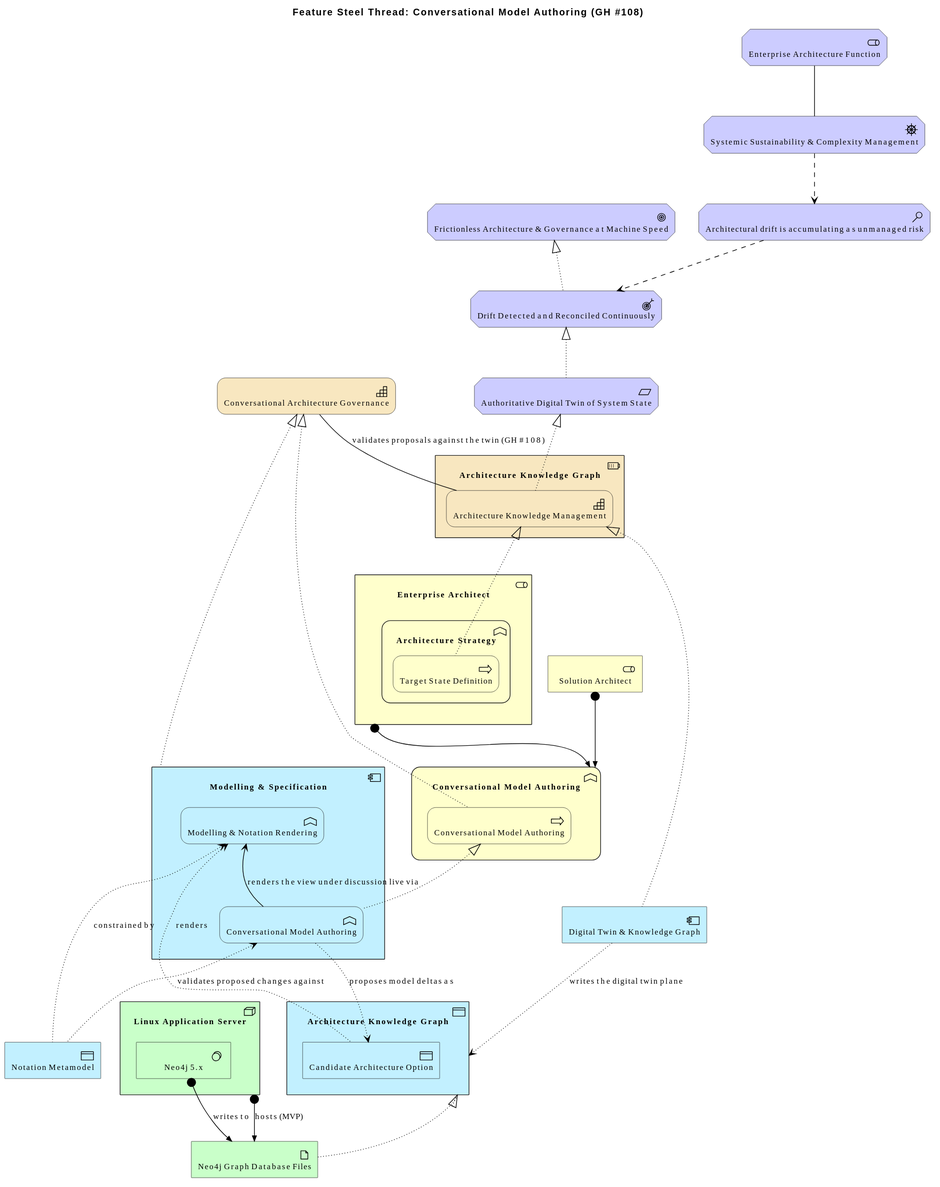
wolffy-au/frictionless-architect keeps this PlantUML diagram as architecture/model/diagrams/layered/fn-conversational-authoring.svg. Above is the earlier version.
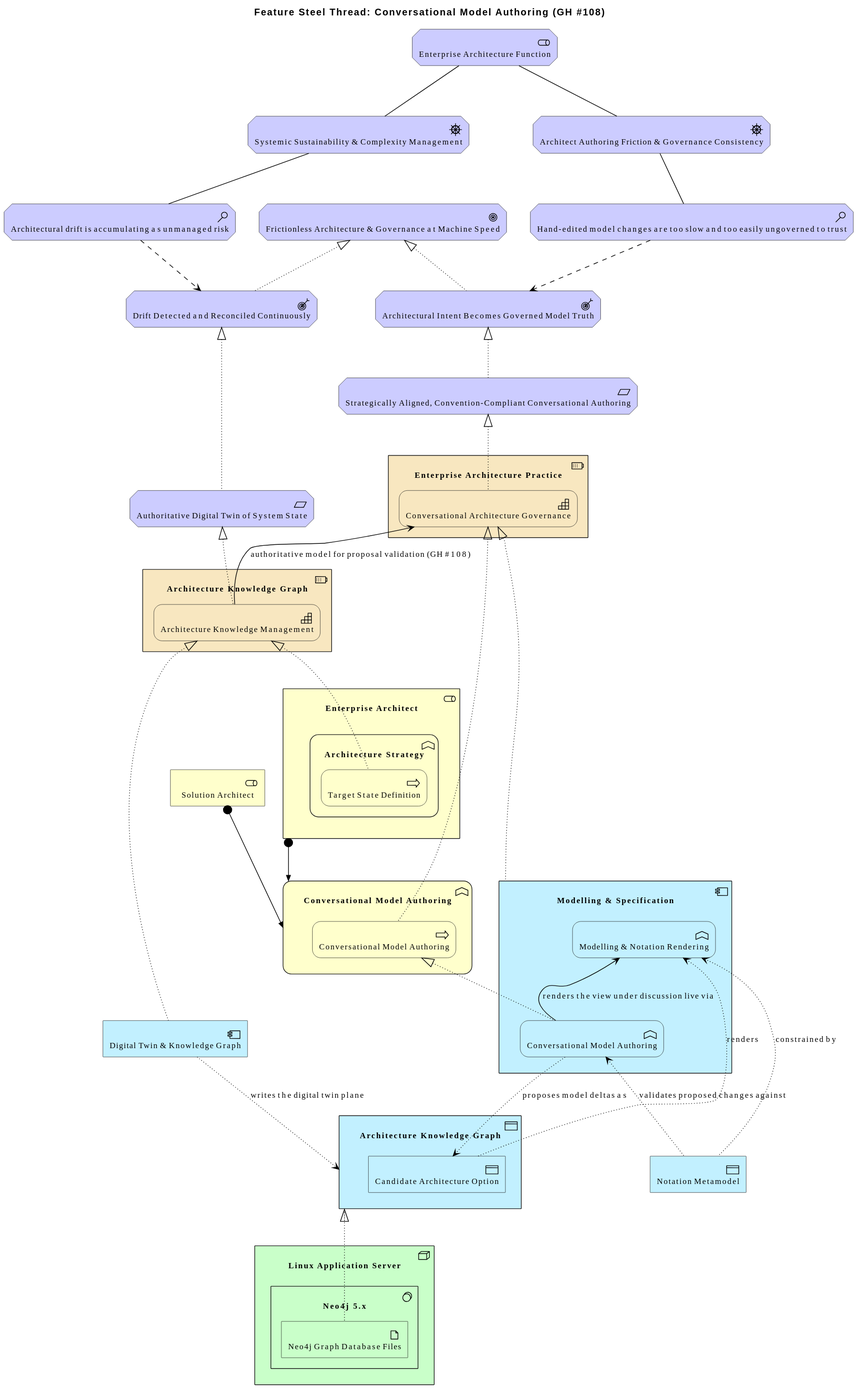
Later version of the same file.

The edit, as a diff of the source:
```diff
@@ -4,14 +4,20 @@
 title Feature Steel Thread: Conversational Model Authoring (GH #108)
 
 Motivation_Driver(e_idb3458ded88aa5a, "Systemic Sustainability & Complexity Management")
+Motivation_Driver(e_idf653e0ef73fe55, "Architect Authoring Friction & Governance Consistency")
 Motivation_Stakeholder(e_id3bf463ccf22a53, "Enterprise Architecture Function")
 Motivation_Assessment(e_id62397473120e57, "Architectural drift is accumulating as unmanaged risk")
+Motivation_Assessment(e_idf7ed73f063ed53, "Hand-edited model changes are too slow and too easily ungoverned to trust")
 Motivation_Goal(e_id76f6d8b4d70151, "Frictionless Architecture & Governance at Machine Speed")
 Motivation_Outcome(e_id79b6a1e545325d, "Drift Detected and Reconciled Continuously")
+Motivation_Outcome(e_id6b1d572f6ec253, "Architectural Intent Becomes Governed Model Truth")
 Motivation_Requirement(e_id945f98ac87fe5d, "Authoritative Digital Twin of System State")
-Strategy_Capability(e_id6c60f4feb89058, "Conversational Architecture Governance")
+Motivation_Requirement(e_id71c4f5aeb1bc5b, "Strategically Aligned, Convention-Compliant Conversational Authoring")
 Strategy_Resource(e_id079f659ad9ac5c, "Architecture Knowledge Graph") {
   Strategy_Capability(e_id18ec07397a9d5f, "Architecture Knowledge Management")
+}
+Strategy_Resource(e_id55d6b63f66465b, "Enterprise Architecture Practice") {
+  Strategy_Capability(e_id6c60f4feb89058, "Conversational Architecture Governance")
 }
 Business_Function(e_idd35dc0fbf5a554, "Conversational Model Authoring") {
   Business_Process(e_id5959dd7c3bbe59, "Conversational Model Authoring")
@@ -31,18 +37,25 @@
 }
 Business_Role(e_ide2cb7f3efa6256, "Solution Architect")
 Application_DataObject(e_idd52b11acc8ff53, "Notation Metamodel")
-Technology_Artifact(e_id420f57c4d41e52, "Neo4j Graph Database Files")
 Technology_Node(e_id87c8b07cea4751, "Linux Application Server") {
-  Technology_SystemSoftware(e_id625e631f1f715e, "Neo4j 5.x")
+  Technology_SystemSoftware(e_id625e631f1f715e, "Neo4j 5.x") {
+    Technology_Artifact(e_id420f57c4d41e52, "Neo4j Graph Database Files")
+  }
 }
 
 Rel_Realization_Up(e_id18ec07397a9d5f, e_id945f98ac87fe5d, "")
+Rel_Realization_Up(e_id6c60f4feb89058, e_id71c4f5aeb1bc5b, "")
 Rel_Association(e_id3bf463ccf22a53, e_idb3458ded88aa5a, "")
-Rel_Influence(e_idb3458ded88aa5a, e_id62397473120e57, "")
+Rel_Association(e_id3bf463ccf22a53, e_idf653e0ef73fe55, "")
+Rel_Association(e_idb3458ded88aa5a, e_id62397473120e57, "")
+Rel_Association(e_idf653e0ef73fe55, e_idf7ed73f063ed53, "")
 Rel_Influence(e_id62397473120e57, e_id79b6a1e545325d, "")
+Rel_Influence(e_idf7ed73f063ed53, e_id6b1d572f6ec253, "")
 Rel_Realization_Up(e_id79b6a1e545325d, e_id76f6d8b4d70151, "")
+Rel_Realization_Up(e_id6b1d572f6ec253, e_id76f6d8b4d70151, "")
 Rel_Realization_Up(e_id945f98ac87fe5d, e_id79b6a1e545325d, "")
-Rel_Association(e_id6c60f4feb89058, e_id18ec07397a9d5f, "validates proposals against the twin (GH #108)")
+Rel_Realization_Up(e_id71c4f5aeb1bc5b, e_id6b1d572f6ec253, "")
+Rel_Serving_Up(e_id18ec07397a9d5f, e_id6c60f4feb89058, "authoritative model for proposal validation (GH #108)")
 Rel_Realization_Up(e_id395c9c2923aa56, e_id18ec07397a9d5f, "")
 Rel_Realization_Up(e_id5959dd7c3bbe59, e_id6c60f4feb89058, "")
 Rel_Assignment(e_id2b5394f913985a, e_idd35dc0fbf5a554, "")
@@ -56,7 +69,5 @@
 Rel_Access_w(e_id7cc5a30769435c, e_ide500d303f47455, "proposes model deltas as")
 Rel_Serving_Up(e_id7cc5a30769435c, e_id3a42c87ebb235a, "renders the view under discussion live via")
 Rel_Realization_Up(e_id7cc5a30769435c, e_id5959dd7c3bbe59, "")
-Rel_Assignment(e_id87c8b07cea4751, e_id420f57c4d41e52, "hosts (MVP)")
-Rel_Assignment(e_id625e631f1f715e, e_id420f57c4d41e52, "writes to")
 Rel_Realization_Up(e_id420f57c4d41e52, e_id989d401ffdae55, "")
 @enduml
```
